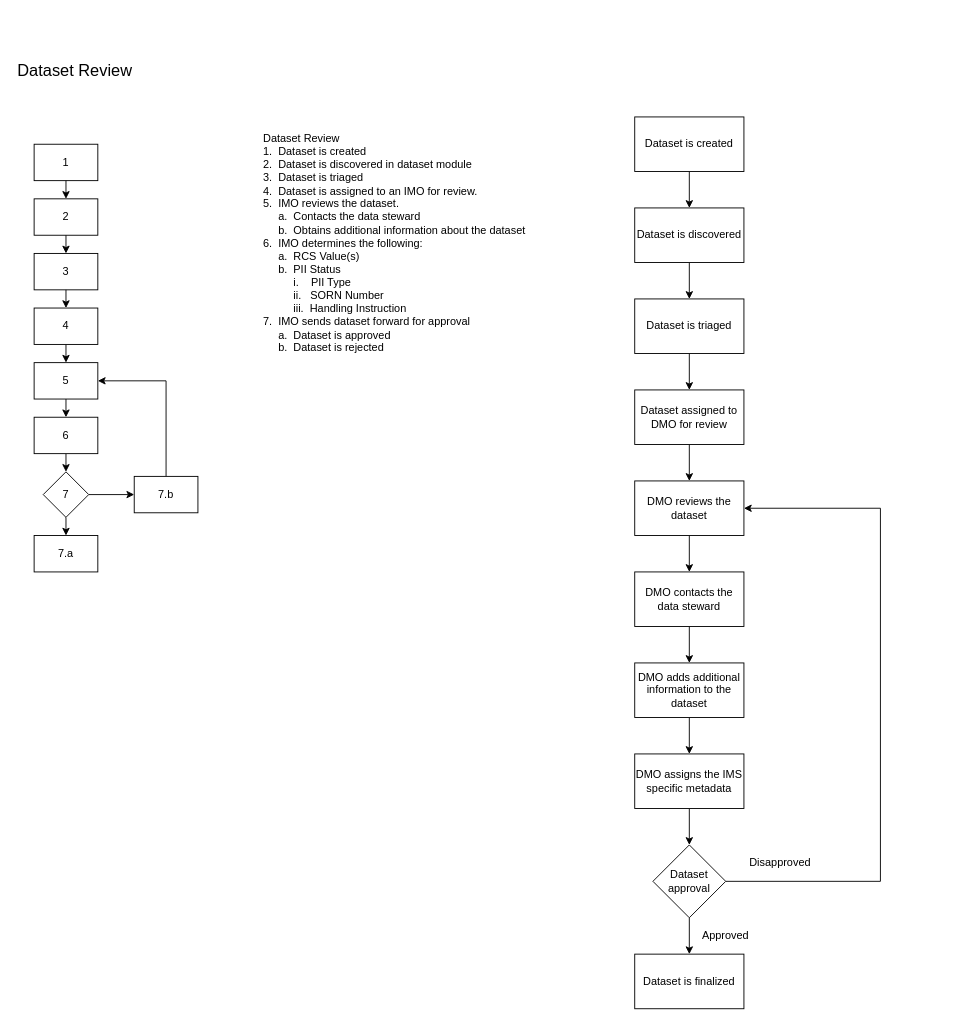
Before: page "Dataset Review WorkFlow" (2 of 6) of Drawings/Eva/Dataset/Dataset.drawio in RMSLowside/rmslow, a draw.io diagram. Source tidied: cells renumbered, new cells numbered last; positions are measured from the earlier drawing's top-left corner, leaving out a move shared by most shapes. Both pictures are drawn from the tidied source at 91%, with x=0, y=0 at pixel (15, 62).
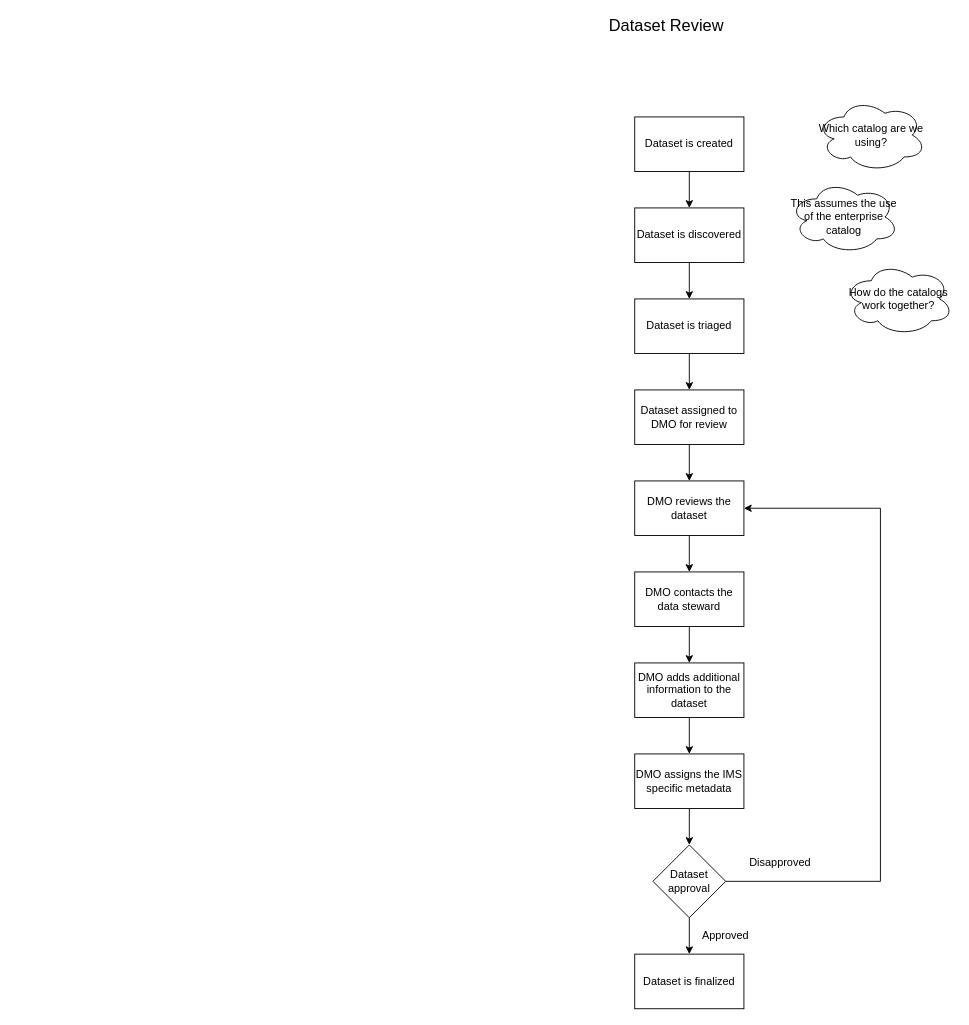
Above is the later version.

The edit, as a diff of the source:
```diff
@@
-    <mxCell id="2" value="Dataset Review&lt;br&gt;1.&amp;nbsp; Dataset is created&lt;br&gt;2.&amp;nbsp; Dataset is discovered in dataset module&lt;br&gt;3.&amp;nbsp; Dataset is triaged&lt;br&gt;4.&amp;nbsp; Dataset is assigned to an IMO for review.&lt;br&gt;5.&amp;nbsp; IMO reviews the dataset.&amp;nbsp; &lt;br&gt;&amp;nbsp; &amp;nbsp; &amp;nbsp;a.&amp;nbsp; Contacts the data steward&lt;br&gt;&amp;nbsp; &amp;nbsp; &amp;nbsp;b.&amp;nbsp; Obtains additional information about the dataset&lt;br&gt;6.&amp;nbsp; IMO determines the following:&lt;br&gt;&amp;nbsp; &amp;nbsp; &amp;nbsp;a.&amp;nbsp; RCS Value(s)&lt;br&gt;&amp;nbsp; &amp;nbsp; &amp;nbsp;b.&amp;nbsp; PII Status&lt;br&gt;&amp;nbsp; &amp;nbsp; &amp;nbsp; &amp;nbsp; &amp;nbsp; i.&amp;nbsp; &amp;nbsp; PII Type&lt;br&gt;&amp;nbsp; &amp;nbsp; &amp;nbsp; &amp;nbsp; &amp;nbsp; ii.&amp;nbsp; &amp;nbsp;SORN Number&lt;br&gt;&amp;nbsp; &amp;nbsp; &amp;nbsp; &amp;nbsp; &amp;nbsp; iii.&amp;nbsp; Handling Instruction&lt;br&gt;7.&amp;nbsp; IMO sends dataset forward for approval&lt;br&gt;&amp;nbsp; &amp;nbsp; &amp;nbsp;a.&amp;nbsp; Dataset is approved&lt;br&gt;&amp;nbsp; &amp;nbsp; &amp;nbsp;b.&amp;nbsp; Dataset is rejected" style="text;html=1;strokeColor=none;fillColor=none;align=left;verticalAlign=top;whiteSpace=wrap;rounded=0;" parent="1" vertex="1">
-      <mxGeometry x="270" y="70" width="320" height="650" as="geometry" />
-    </mxCell>
     <mxCell id="3" value="Dataset Review" style="text;html=1;strokeColor=none;fillColor=none;align=left;verticalAlign=middle;whiteSpace=wrap;rounded=0;fontSize=18;" parent="1" vertex="1">
-      <mxGeometry width="200" height="20" as="geometry" />
+      <mxGeometry x="650" y="-50" width="200" height="20" as="geometry" />
     </mxCell>
-    <mxCell id="4" value="1" style="rounded=0;whiteSpace=wrap;html=1;" parent="1" vertex="1">
-      <mxGeometry x="20" y="90" width="70" height="40" as="geometry" />
-    </mxCell>
-    <mxCell id="5" style="endArrow=classic;html=1;exitX=0.5;exitY=1;exitDx=0;exitDy=0;entryX=0.5;entryY=0;entryDx=0;entryDy=0;" parent="1" edge="1" source="4">
-      <mxGeometry relative="1" as="geometry">
-        <mxPoint x="55" y="150" as="targetPoint" />
-      </mxGeometry>
-    </mxCell>
-    <mxCell id="6" value="2" style="rounded=0;whiteSpace=wrap;html=1;" parent="1" vertex="1">
-      <mxGeometry x="20" y="150" width="70" height="40" as="geometry" />
-    </mxCell>
-    <mxCell id="7" style="endArrow=classic;html=1;exitX=0.5;exitY=1;exitDx=0;exitDy=0;entryX=0.5;entryY=0;entryDx=0;entryDy=0;" parent="1" edge="1" source="6">
-      <mxGeometry relative="1" as="geometry">
-        <mxPoint x="55" y="210" as="targetPoint" />
-      </mxGeometry>
-    </mxCell>
-    <mxCell id="8" value="3" style="rounded=0;whiteSpace=wrap;html=1;" parent="1" vertex="1">
-      <mxGeometry x="20" y="210" width="70" height="40" as="geometry" />
-    </mxCell>
-    <mxCell id="9" style="endArrow=classic;html=1;exitX=0.5;exitY=1;exitDx=0;exitDy=0;entryX=0.5;entryY=0;entryDx=0;entryDy=0;" parent="1" edge="1" source="8">
-      <mxGeometry relative="1" as="geometry">
-        <mxPoint x="55" y="270" as="targetPoint" />
-      </mxGeometry>
-    </mxCell>
-    <mxCell id="10" style="edgeStyle=orthogonalEdgeStyle;rounded=0;jettySize=auto;html=1;exitX=0.5;exitY=1;exitDx=0;exitDy=0;entryX=0.5;entryY=0;entryDx=0;entryDy=0;fontSize=18;" parent="1" edge="1" source="11" target="19">
-      <mxGeometry relative="1" as="geometry" />
-    </mxCell>
-    <mxCell id="11" value="4" style="rounded=0;whiteSpace=wrap;html=1;" parent="1" vertex="1">
-      <mxGeometry x="20" y="270" width="70" height="40" as="geometry" />
-    </mxCell>
-    <mxCell id="12" value="7.a" style="rounded=0;whiteSpace=wrap;html=1;" parent="1" vertex="1">
-      <mxGeometry x="20" y="520" width="70" height="40" as="geometry" />
-    </mxCell>
-    <mxCell id="13" style="edgeStyle=orthogonalEdgeStyle;rounded=0;jettySize=auto;html=1;exitX=0.5;exitY=1;exitDx=0;exitDy=0;entryX=0.5;entryY=0;entryDx=0;entryDy=0;fontSize=12;" parent="1" edge="1" source="15" target="12">
-      <mxGeometry relative="1" as="geometry" />
-    </mxCell>
-    <mxCell id="14" style="edgeStyle=orthogonalEdgeStyle;rounded=0;jettySize=auto;html=1;exitX=1;exitY=0.5;exitDx=0;exitDy=0;entryX=0;entryY=0.5;entryDx=0;entryDy=0;fontSize=12;" parent="1" edge="1" source="15" target="17">
-      <mxGeometry relative="1" as="geometry" />
-    </mxCell>
-    <mxCell id="15" value="7" style="rhombus;whiteSpace=wrap;html=1;" parent="1" vertex="1">
-      <mxGeometry x="30" y="450" width="50" height="50" as="geometry" />
-    </mxCell>
-    <mxCell id="16" style="edgeStyle=orthogonalEdgeStyle;rounded=0;jettySize=auto;html=1;exitX=0.5;exitY=0;exitDx=0;exitDy=0;fontSize=18;entryX=1;entryY=0.5;entryDx=0;entryDy=0;" parent="1" edge="1" source="17" target="19">
-      <mxGeometry relative="1" as="geometry" />
-    </mxCell>
-    <mxCell id="17" value="7.b" style="rounded=0;whiteSpace=wrap;html=1;" parent="1" vertex="1">
-      <mxGeometry x="130" y="455" width="70" height="40" as="geometry" />
-    </mxCell>
-    <mxCell id="18" style="edgeStyle=orthogonalEdgeStyle;rounded=0;jettySize=auto;html=1;exitX=0.5;exitY=1;exitDx=0;exitDy=0;entryX=0.5;entryY=0;entryDx=0;entryDy=0;fontSize=18;" parent="1" edge="1" source="19" target="21">
-      <mxGeometry relative="1" as="geometry" />
-    </mxCell>
-    <mxCell id="19" value="5" style="rounded=0;whiteSpace=wrap;html=1;" parent="1" vertex="1">
-      <mxGeometry x="20" y="330" width="70" height="40" as="geometry" />
-    </mxCell>
-    <mxCell id="20" style="edgeStyle=orthogonalEdgeStyle;rounded=0;jettySize=auto;html=1;exitX=0.5;exitY=1;exitDx=0;exitDy=0;entryX=0.5;entryY=0;entryDx=0;entryDy=0;fontSize=18;" parent="1" edge="1" source="21" target="15">
-      <mxGeometry relative="1" as="geometry" />
-    </mxCell>
-    <mxCell id="21" value="6" style="rounded=0;whiteSpace=wrap;html=1;" parent="1" vertex="1">
-      <mxGeometry x="20" y="390" width="70" height="40" as="geometry" />
-    </mxCell>
@@
+    <mxCell id="44" value="Which catalog are we using?" style="ellipse;shape=cloud;whiteSpace=wrap;html=1;" parent="1" vertex="1">
+      <mxGeometry x="880" y="40" width="120" height="80" as="geometry" />
+    </mxCell>
+    <mxCell id="45" value="This assumes the use of the enterprise catalog" style="ellipse;shape=cloud;whiteSpace=wrap;html=1;" parent="1" vertex="1">
+      <mxGeometry x="850" y="130" width="120" height="80" as="geometry" />
+    </mxCell>
+    <mxCell id="46" value="How do the catalogs work together?" style="ellipse;shape=cloud;whiteSpace=wrap;html=1;" parent="1" vertex="1">
+      <mxGeometry x="910" y="220" width="120" height="80" as="geometry" />
+    </mxCell>
```
